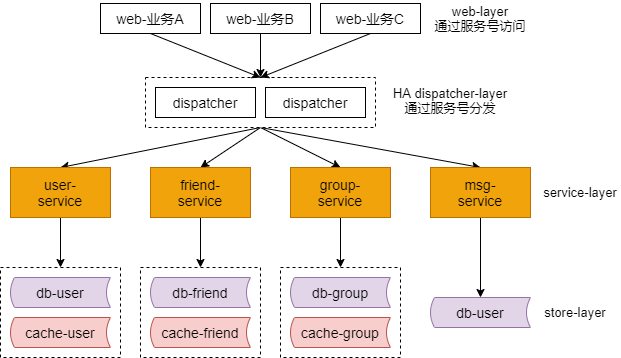
acomma/notes keeps this draw.io diagram as 沈剑的架构师训练营课程笔录/image/ch3-15-实践二：一个子业务一个服务-优化方案.png. Above is the earlier version. Source tidied: cells renumbered, new cells last; positions are measured from the earlier drawing's top-left corner, leaving out a move shared by most shapes. Source of this version:
```xml
<mxGraphModel>
  <root>
    <mxCell id="0" />
    <mxCell id="1" parent="0" />
    <mxCell id="2" style="edgeStyle=none;rounded=0;jettySize=auto;html=1;exitX=0.5;exitY=1;exitDx=0;exitDy=0;entryX=0.5;entryY=0;entryDx=0;entryDy=0;fontSize=13;fontColor=#000000;" parent="1" edge="1" source="6" target="17">
      <mxGeometry relative="1" as="geometry" />
    </mxCell>
    <mxCell id="3" style="edgeStyle=none;rounded=0;jettySize=auto;html=1;exitX=0.5;exitY=1;exitDx=0;exitDy=0;entryX=0.5;entryY=0;entryDx=0;entryDy=0;fontSize=13;fontColor=#000000;" parent="1" edge="1" source="6" target="19">
      <mxGeometry relative="1" as="geometry" />
    </mxCell>
    <mxCell id="4" style="edgeStyle=none;rounded=0;jettySize=auto;html=1;exitX=0.5;exitY=1;exitDx=0;exitDy=0;entryX=0.5;entryY=0;entryDx=0;entryDy=0;fontSize=13;fontColor=#000000;" parent="1" edge="1" source="6" target="21">
      <mxGeometry relative="1" as="geometry" />
    </mxCell>
    <mxCell id="5" style="edgeStyle=none;rounded=0;jettySize=auto;html=1;exitX=0.5;exitY=1;exitDx=0;exitDy=0;entryX=0.5;entryY=0;entryDx=0;entryDy=0;fontSize=13;fontColor=#000000;" parent="1" edge="1" source="6" target="23">
      <mxGeometry relative="1" as="geometry" />
    </mxCell>
    <mxCell id="6" style="rounded=0;whiteSpace=wrap;html=1;dashed=1;fontSize=13;fontColor=#000000;" parent="1" vertex="1">
      <mxGeometry x="145" y="76" width="230" height="50" as="geometry" />
    </mxCell>
    <mxCell id="7" style="rounded=0;whiteSpace=wrap;html=1;fontSize=14;dashed=1;" parent="1" vertex="1">
      <mxGeometry x="280" y="266" width="120" height="90" as="geometry" />
    </mxCell>
    <mxCell id="8" style="rounded=0;whiteSpace=wrap;html=1;fontSize=14;dashed=1;" parent="1" vertex="1">
      <mxGeometry x="140" y="266" width="120" height="90" as="geometry" />
    </mxCell>
    <mxCell id="9" style="rounded=0;whiteSpace=wrap;html=1;fontSize=14;dashed=1;" parent="1" vertex="1">
      <mxGeometry y="266" width="120" height="90" as="geometry" />
    </mxCell>
    <mxCell id="10" style="edgeStyle=none;rounded=0;jettySize=auto;html=1;exitX=0.5;exitY=1;exitDx=0;exitDy=0;entryX=0.5;entryY=0;entryDx=0;entryDy=0;fontSize=13;fontColor=#000000;" parent="1" edge="1" source="11" target="6">
      <mxGeometry relative="1" as="geometry" />
    </mxCell>
    <mxCell id="11" value="web-业务A" style="rounded=0;whiteSpace=wrap;html=1;fontSize=14;" parent="1" vertex="1">
      <mxGeometry x="100" y="2" width="100" height="30" as="geometry" />
    </mxCell>
    <mxCell id="12" style="edgeStyle=none;rounded=0;jettySize=auto;html=1;exitX=0.5;exitY=1;exitDx=0;exitDy=0;entryX=0.5;entryY=0;entryDx=0;entryDy=0;fontSize=13;fontColor=#000000;" parent="1" edge="1" source="13" target="6">
      <mxGeometry relative="1" as="geometry" />
    </mxCell>
    <mxCell id="13" value="web-业务B" style="rounded=0;whiteSpace=wrap;html=1;fontSize=14;" parent="1" vertex="1">
      <mxGeometry x="210" y="2" width="100" height="30" as="geometry" />
    </mxCell>
    <mxCell id="14" style="edgeStyle=none;rounded=0;jettySize=auto;html=1;exitX=0.5;exitY=1;exitDx=0;exitDy=0;entryX=0.5;entryY=0;entryDx=0;entryDy=0;fontSize=13;fontColor=#000000;" parent="1" edge="1" source="15" target="6">
      <mxGeometry relative="1" as="geometry" />
    </mxCell>
    <mxCell id="15" value="web-业务C" style="rounded=0;whiteSpace=wrap;html=1;fontSize=14;" parent="1" vertex="1">
      <mxGeometry x="320" y="2" width="100" height="30" as="geometry" />
    </mxCell>
    <mxCell id="16" style="edgeStyle=orthogonalEdgeStyle;rounded=0;jettySize=auto;html=1;exitX=0.5;exitY=1;exitDx=0;exitDy=0;entryX=0.5;entryY=0;entryDx=0;entryDy=0;fontSize=13;fontColor=#000000;" parent="1" edge="1" source="17" target="9">
      <mxGeometry relative="1" as="geometry" />
    </mxCell>
    <mxCell id="17" value="user-&lt;br&gt;service" style="rounded=0;whiteSpace=wrap;html=1;fontSize=14;fillColor=#f0a30a;strokeColor=#BD7000;fontColor=#000000;" parent="1" vertex="1">
      <mxGeometry x="10" y="166" width="100" height="50" as="geometry" />
    </mxCell>
    <mxCell id="18" style="edgeStyle=orthogonalEdgeStyle;rounded=0;jettySize=auto;html=1;exitX=0.5;exitY=1;exitDx=0;exitDy=0;fontSize=13;fontColor=#000000;" parent="1" edge="1" source="19" target="8">
      <mxGeometry relative="1" as="geometry" />
    </mxCell>
    <mxCell id="19" value="friend-&lt;br&gt;service" style="rounded=0;whiteSpace=wrap;html=1;fontSize=14;fillColor=#f0a30a;strokeColor=#BD7000;fontColor=#000000;" parent="1" vertex="1">
      <mxGeometry x="150" y="166" width="100" height="50" as="geometry" />
    </mxCell>
    <mxCell id="20" style="edgeStyle=orthogonalEdgeStyle;rounded=0;jettySize=auto;html=1;exitX=0.5;exitY=1;exitDx=0;exitDy=0;entryX=0.5;entryY=0;entryDx=0;entryDy=0;fontSize=13;fontColor=#000000;" parent="1" edge="1" source="21" target="7">
      <mxGeometry relative="1" as="geometry" />
    </mxCell>
    <mxCell id="21" value="group-&lt;br&gt;service" style="rounded=0;whiteSpace=wrap;html=1;fontSize=14;fillColor=#f0a30a;strokeColor=#BD7000;fontColor=#000000;" parent="1" vertex="1">
      <mxGeometry x="290" y="166" width="100" height="50" as="geometry" />
    </mxCell>
    <mxCell id="22" style="edgeStyle=orthogonalEdgeStyle;rounded=0;jettySize=auto;html=1;exitX=0.5;exitY=1;exitDx=0;exitDy=0;fontSize=13;" parent="1" edge="1" source="23" target="30">
      <mxGeometry relative="1" as="geometry" />
    </mxCell>
    <mxCell id="23" value="msg-&lt;br&gt;service" style="rounded=0;whiteSpace=wrap;html=1;fontSize=14;fillColor=#f0a30a;strokeColor=#BD7000;fontColor=#000000;" parent="1" vertex="1">
      <mxGeometry x="430" y="166" width="100" height="50" as="geometry" />
    </mxCell>
    <mxCell id="24" value="db-user" style="shape=dataStorage;whiteSpace=wrap;html=1;fontSize=14;size=0.04;fillColor=#e1d5e7;strokeColor=#9673a6;" parent="1" vertex="1">
      <mxGeometry x="10" y="276" width="100" height="30" as="geometry" />
    </mxCell>
    <mxCell id="25" value="cache-user" style="shape=dataStorage;whiteSpace=wrap;html=1;fontSize=14;size=0.04;fillColor=#f8cecc;strokeColor=#b85450;" parent="1" vertex="1">
      <mxGeometry x="10" y="316" width="100" height="30" as="geometry" />
    </mxCell>
    <mxCell id="26" value="db-friend" style="shape=dataStorage;whiteSpace=wrap;html=1;fontSize=14;size=0.04;fillColor=#e1d5e7;strokeColor=#9673a6;" parent="1" vertex="1">
      <mxGeometry x="150" y="276" width="100" height="30" as="geometry" />
    </mxCell>
    <mxCell id="27" value="cache-friend" style="shape=dataStorage;whiteSpace=wrap;html=1;fontSize=14;size=0.04;fillColor=#f8cecc;strokeColor=#b85450;" parent="1" vertex="1">
      <mxGeometry x="150" y="316" width="100" height="30" as="geometry" />
    </mxCell>
    <mxCell id="28" value="db-group" style="shape=dataStorage;whiteSpace=wrap;html=1;fontSize=14;size=0.04;fillColor=#e1d5e7;strokeColor=#9673a6;" parent="1" vertex="1">
      <mxGeometry x="290" y="276" width="100" height="30" as="geometry" />
    </mxCell>
    <mxCell id="29" value="cache-group" style="shape=dataStorage;whiteSpace=wrap;html=1;fontSize=14;size=0.04;fillColor=#f8cecc;strokeColor=#b85450;" parent="1" vertex="1">
      <mxGeometry x="290" y="316" width="100" height="30" as="geometry" />
    </mxCell>
    <mxCell id="30" value="db-user" style="shape=dataStorage;whiteSpace=wrap;html=1;fontSize=14;size=0.04;fillColor=#e1d5e7;strokeColor=#9673a6;" parent="1" vertex="1">
      <mxGeometry x="430" y="296" width="100" height="30" as="geometry" />
    </mxCell>
    <mxCell id="31" value="web-layer&lt;br&gt;通过服务号访问" style="text;html=1;strokeColor=none;fillColor=none;align=center;verticalAlign=middle;whiteSpace=wrap;rounded=0;dashed=1;fontSize=13;" parent="1" vertex="1">
      <mxGeometry x="430" y="-0.5" width="100" height="35" as="geometry" />
    </mxCell>
    <mxCell id="32" value="service-layer" style="text;html=1;strokeColor=none;fillColor=none;align=center;verticalAlign=middle;whiteSpace=wrap;rounded=0;dashed=1;fontSize=13;" parent="1" vertex="1">
      <mxGeometry x="540" y="181" width="80" height="20" as="geometry" />
    </mxCell>
    <mxCell id="33" value="store-layer" style="text;html=1;strokeColor=none;fillColor=none;align=center;verticalAlign=middle;whiteSpace=wrap;rounded=0;dashed=1;fontSize=13;" parent="1" vertex="1">
      <mxGeometry x="540" y="301" width="70" height="20" as="geometry" />
    </mxCell>
    <mxCell id="34" value="dispatcher" style="rounded=0;whiteSpace=wrap;html=1;fontSize=14;" parent="1" vertex="1">
      <mxGeometry x="155" y="86" width="100" height="30" as="geometry" />
    </mxCell>
    <mxCell id="35" value="dispatcher" style="rounded=0;whiteSpace=wrap;html=1;fontSize=14;" parent="1" vertex="1">
      <mxGeometry x="265" y="86" width="100" height="30" as="geometry" />
    </mxCell>
    <mxCell id="36" value="HA dispatcher-layer&lt;br&gt;通过服务号分发" style="text;html=1;strokeColor=none;fillColor=none;align=center;verticalAlign=middle;whiteSpace=wrap;rounded=0;dashed=1;fontSize=13;" parent="1" vertex="1">
      <mxGeometry x="390" y="81" width="120" height="35" as="geometry" />
    </mxCell>
  </root>
</mxGraphModel>
```
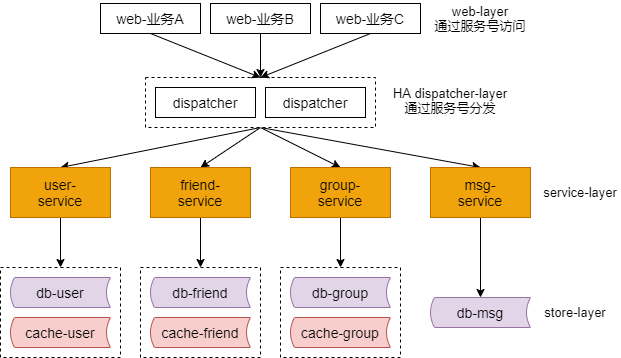
After the change.

What changed in the source:
```diff
@@ -86,7 +86,7 @@
     <mxCell id="29" value="cache-group" style="shape=dataStorage;whiteSpace=wrap;html=1;fontSize=14;size=0.04;fillColor=#f8cecc;strokeColor=#b85450;" parent="1" vertex="1">
       <mxGeometry x="290" y="316" width="100" height="30" as="geometry" />
     </mxCell>
-    <mxCell id="30" value="db-user" style="shape=dataStorage;whiteSpace=wrap;html=1;fontSize=14;size=0.04;fillColor=#e1d5e7;strokeColor=#9673a6;" parent="1" vertex="1">
+    <mxCell id="30" value="db-msg" style="shape=dataStorage;whiteSpace=wrap;html=1;fontSize=14;size=0.04;fillColor=#e1d5e7;strokeColor=#9673a6;" parent="1" vertex="1">
       <mxGeometry x="430" y="296" width="100" height="30" as="geometry" />
     </mxCell>
     <mxCell id="31" value="web-layer&lt;br&gt;通过服务号访问" style="text;html=1;strokeColor=none;fillColor=none;align=center;verticalAlign=middle;whiteSpace=wrap;rounded=0;dashed=1;fontSize=13;" parent="1" vertex="1">
```
